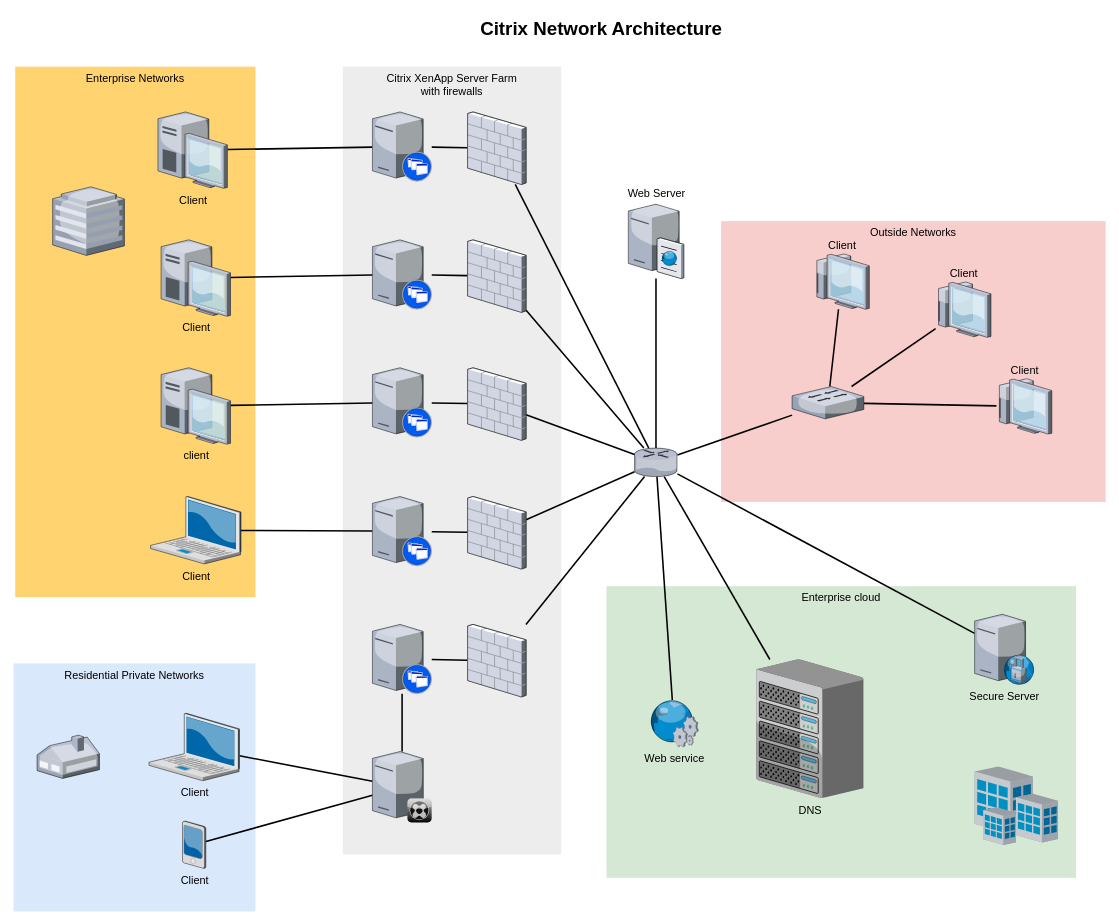
Minionguyjpro/HTVPN keeps this draw.io diagram as HTVPN.drawio. Above is the earlier version. Source tidied: cells renumbered, new cells numbered last; positions are measured from the earlier drawing's top-left corner, leaving out a move shared by most shapes. Both pictures are drawn from the tidied source at 78%, with x=0, y=0 at pixel (13, 13). Pictures stored in the file or linked from it are replaced by grey dashed boxes.
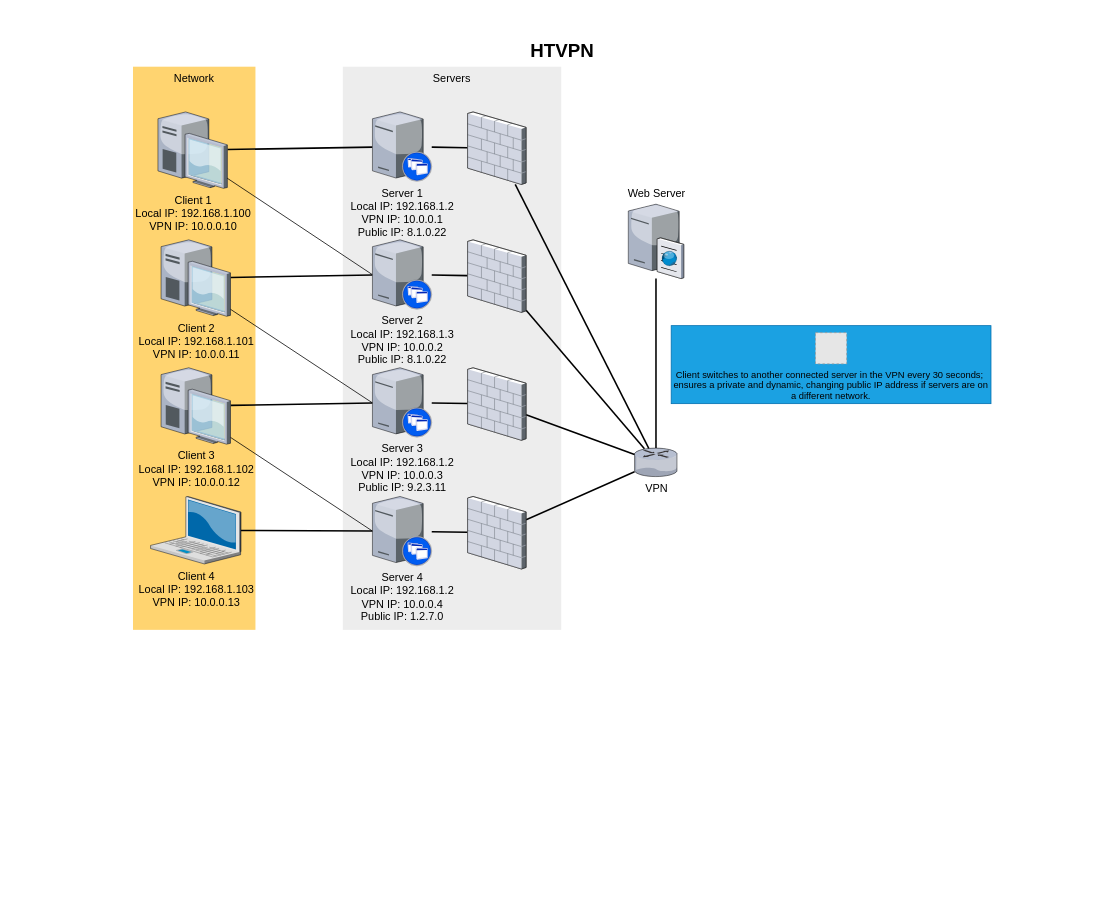
The same diagram, later.

Unchanged cells that the change refers to:
```xml
<mxCell id="39" style="verticalLabelPosition=bottom;html=1;verticalAlign=top;strokeColor=none;shape=mxgraph.citrix.firewall;fillColor=#66B2FF;gradientColor=#0066CC;fontSize=14;" parent="1" vertex="1">
  <mxGeometry x="582" y="126" width="75" height="93" as="geometry" />
</mxCell>
<mxCell id="41" style="verticalLabelPosition=bottom;html=1;verticalAlign=top;strokeColor=none;shape=mxgraph.citrix.firewall;fillColor=#66B2FF;gradientColor=#0066CC;fontSize=14;" parent="1" vertex="1">
  <mxGeometry x="582" y="290" width="75" height="93" as="geometry" />
</mxCell>
```

The edit, as a diff of the source:
```diff
@@
-    <mxCell id="2" value="Outside Networks" style="whiteSpace=wrap;html=1;fillColor=#f8cecc;fontSize=14;strokeColor=none;verticalAlign=top;" parent="1" vertex="1">
-      <mxGeometry x="907" y="266" width="493" height="360" as="geometry" />
-    </mxCell>
-    <mxCell id="3" value="Enterprise cloud" style="whiteSpace=wrap;html=1;fillColor=#d5e8d4;fontSize=14;strokeColor=none;verticalAlign=top;" parent="1" vertex="1">
-      <mxGeometry x="760" y="734" width="602" height="374" as="geometry" />
-    </mxCell>
+    <mxCell id="62" style="rounded=0;whiteSpace=wrap;html=1;fillColor=#1ba1e2;strokeColor=#006EAF;fontColor=#ffffff;" parent="1" vertex="1">
+      <mxGeometry x="843" y="400" width="410" height="100" as="geometry" />
+    </mxCell>
-    <mxCell id="4" value="Citrix XenApp Server Farm&lt;div&gt;with firewalls&lt;/div&gt;" style="whiteSpace=wrap;html=1;fillColor=#EDEDED;fontSize=14;strokeColor=none;verticalAlign=top;" parent="1" vertex="1">
-      <mxGeometry x="422" y="68" width="280" height="1010" as="geometry" />
+    <mxCell id="4" value="Servers" style="whiteSpace=wrap;html=1;fillColor=#EDEDED;fontSize=14;strokeColor=none;verticalAlign=top;" parent="1" vertex="1">
+      <mxGeometry x="422" y="68" width="280" height="722" as="geometry" />
     </mxCell>
-    <mxCell id="5" value="Residential Private Networks" style="whiteSpace=wrap;html=1;fillColor=#dae8fc;fontSize=14;strokeColor=none;verticalAlign=top;" parent="1" vertex="1">
-      <mxGeometry y="833" width="310" height="318" as="geometry" />
-    </mxCell>
-    <mxCell id="6" value="Enterprise Networks" style="whiteSpace=wrap;html=1;fillColor=#FFD470;gradientColor=none;fontSize=14;strokeColor=none;verticalAlign=top;" parent="1" vertex="1">
-      <mxGeometry x="2" y="68" width="308" height="680" as="geometry" />
+    <mxCell id="6" value="Network" style="whiteSpace=wrap;html=1;fillColor=#FFD470;gradientColor=none;fontSize=14;strokeColor=none;verticalAlign=top;" parent="1" vertex="1">
+      <mxGeometry x="153" y="68" width="157" height="722" as="geometry" />
     </mxCell>
-    <mxCell id="7" style="edgeStyle=none;rounded=0;html=1;startSize=10;endSize=10;jettySize=auto;fontSize=14;endArrow=none;endFill=0;strokeWidth=2;" parent="1" edge="1" source="8" target="35">
-      <mxGeometry relative="1" as="geometry" />
-    </mxCell>
-    <mxCell id="8" value="Client" style="verticalLabelPosition=bottom;html=1;verticalAlign=top;strokeColor=none;shape=mxgraph.citrix.laptop_2;fillColor=#66B2FF;gradientColor=#0066CC;fontSize=14;" parent="1" vertex="1">
-      <mxGeometry x="173.5" y="897" width="116" height="86.5" as="geometry" />
-    </mxCell>
@@
-    <mxCell id="10" value="Client" style="verticalLabelPosition=bottom;html=1;verticalAlign=top;strokeColor=none;shape=mxgraph.citrix.laptop_2;fillColor=#66B2FF;gradientColor=#0066CC;fontSize=14;" parent="1" vertex="1">
+    <mxCell id="10" value="Client 4&lt;br&gt;&lt;div&gt;Local IP: 192.168.1.103&lt;/div&gt;&lt;div&gt;VPN IP: 10.0.0.13&lt;br&gt;&lt;/div&gt;" style="verticalLabelPosition=bottom;html=1;verticalAlign=top;strokeColor=none;shape=mxgraph.citrix.laptop_2;fillColor=#66B2FF;gradientColor=#0066CC;fontSize=14;" parent="1" vertex="1">
       <mxGeometry x="175.5" y="619" width="116" height="86.5" as="geometry" />
     </mxCell>
@@
-    <mxCell id="12" value="client" style="verticalLabelPosition=bottom;html=1;verticalAlign=top;strokeColor=none;shape=mxgraph.citrix.desktop;fillColor=#66B2FF;gradientColor=#0066CC;fontSize=14;" parent="1" vertex="1">
+    <mxCell id="12" value="Client 3&lt;br&gt;&lt;div&gt;Local IP: 192.168.1.102&lt;/div&gt;&lt;div&gt;VPN IP: 10.0.0.12&lt;br&gt;&lt;/div&gt;" style="verticalLabelPosition=bottom;html=1;verticalAlign=top;strokeColor=none;shape=mxgraph.citrix.desktop;fillColor=#66B2FF;gradientColor=#0066CC;fontSize=14;" parent="1" vertex="1">
       <mxGeometry x="189" y="454" width="89" height="98" as="geometry" />
     </mxCell>
@@
-    <mxCell id="14" value="Client" style="verticalLabelPosition=bottom;html=1;verticalAlign=top;strokeColor=none;shape=mxgraph.citrix.desktop;fillColor=#66B2FF;gradientColor=#0066CC;fontSize=14;" parent="1" vertex="1">
+    <mxCell id="14" value="&lt;div&gt;Client 2&lt;/div&gt;&lt;div&gt;Local IP: 192.168.1.101&lt;br&gt;&lt;/div&gt;&lt;div&gt;VPN IP: 10.0.0.11&lt;br&gt;&lt;/div&gt;" style="verticalLabelPosition=bottom;html=1;verticalAlign=top;strokeColor=none;shape=mxgraph.citrix.desktop;fillColor=#66B2FF;gradientColor=#0066CC;fontSize=14;" parent="1" vertex="1">
       <mxGeometry x="189" y="290" width="89" height="98" as="geometry" />
     </mxCell>
@@
-    <mxCell id="16" value="Client" style="verticalLabelPosition=bottom;html=1;verticalAlign=top;strokeColor=none;shape=mxgraph.citrix.desktop;fillColor=#66B2FF;gradientColor=#0066CC;fontSize=14;" parent="1" vertex="1">
+    <mxCell id="16" value="&lt;div&gt;Client 1&lt;/div&gt;&lt;div&gt;Local IP: 192.168.1.100&lt;br&gt;&lt;/div&gt;&lt;div&gt;VPN IP: 10.0.0.10&lt;br&gt;&lt;/div&gt;" style="verticalLabelPosition=bottom;html=1;verticalAlign=top;strokeColor=none;shape=mxgraph.citrix.desktop;fillColor=#66B2FF;gradientColor=#0066CC;fontSize=14;" parent="1" vertex="1">
       <mxGeometry x="185" y="126" width="89" height="98" as="geometry" />
     </mxCell>
-    <mxCell id="17" style="edgeStyle=none;rounded=0;html=1;startSize=10;endSize=10;jettySize=auto;fontSize=14;endArrow=none;endFill=0;strokeWidth=2;" parent="1" edge="1" source="18" target="35">
-      <mxGeometry relative="1" as="geometry" />
-    </mxCell>
-    <mxCell id="18" value="Client" style="verticalLabelPosition=bottom;html=1;verticalAlign=top;strokeColor=none;shape=mxgraph.citrix.pda;fillColor=#66B2FF;gradientColor=#0066CC;fontSize=14;" parent="1" vertex="1">
-      <mxGeometry x="216.5" y="1035" width="30" height="61" as="geometry" />
-    </mxCell>
-    <mxCell id="19" style="edgeStyle=none;rounded=0;html=1;startSize=10;endSize=10;jettySize=auto;fontSize=14;endArrow=none;endFill=0;strokeWidth=2;" parent="1" edge="1" source="20" target="47">
-      <mxGeometry relative="1" as="geometry" />
-    </mxCell>
-    <mxCell id="20" style="verticalLabelPosition=bottom;html=1;verticalAlign=top;strokeColor=none;shape=mxgraph.citrix.xenapp_server;fillColor=#66B2FF;gradientColor=#0066CC;fontSize=14;" parent="1" vertex="1">
-      <mxGeometry x="460" y="783" width="76" height="89" as="geometry" />
-    </mxCell>
@@
-    <mxCell id="22" style="verticalLabelPosition=bottom;html=1;verticalAlign=top;strokeColor=none;shape=mxgraph.citrix.xenapp_server;fillColor=#66B2FF;gradientColor=#0066CC;fontSize=14;" parent="1" vertex="1">
+    <mxCell id="22" value="&lt;div&gt;Server 4&lt;br&gt;&lt;/div&gt;&lt;div&gt;Local IP: 192.168.1.2&lt;/div&gt;&lt;div&gt;VPN IP: 10.0.0.4&lt;/div&gt;&lt;div&gt;Public IP: 1.2.7.0&lt;br&gt;&lt;/div&gt;" style="verticalLabelPosition=bottom;html=1;verticalAlign=top;strokeColor=none;shape=mxgraph.citrix.xenapp_server;fillColor=#66B2FF;gradientColor=#0066CC;fontSize=14;" parent="1" vertex="1">
       <mxGeometry x="460" y="619" width="76" height="89" as="geometry" />
     </mxCell>
@@
-    <mxCell id="24" style="verticalLabelPosition=bottom;html=1;verticalAlign=top;strokeColor=none;shape=mxgraph.citrix.xenapp_server;fillColor=#66B2FF;gradientColor=#0066CC;fontSize=14;" parent="1" vertex="1">
+    <mxCell id="24" value="&lt;div&gt;Server 3&lt;br&gt;&lt;/div&gt;&lt;div&gt;Local IP: 192.168.1.2&lt;/div&gt;&lt;div&gt;VPN IP: 10.0.0.3&lt;/div&gt;&lt;div&gt;Public IP: 9.2.3.11&lt;br&gt;&lt;/div&gt;" style="verticalLabelPosition=bottom;html=1;verticalAlign=top;strokeColor=none;shape=mxgraph.citrix.xenapp_server;fillColor=#66B2FF;gradientColor=#0066CC;fontSize=14;" parent="1" vertex="1">
       <mxGeometry x="460" y="454" width="76" height="89" as="geometry" />
     </mxCell>
@@
-    <mxCell id="26" style="verticalLabelPosition=bottom;html=1;verticalAlign=top;strokeColor=none;shape=mxgraph.citrix.xenapp_server;fillColor=#66B2FF;gradientColor=#0066CC;fontSize=14;" parent="1" vertex="1">
+    <mxCell id="26" value="&lt;div&gt;Server 2&lt;br&gt;&lt;/div&gt;&lt;div&gt;Local IP: 192.168.1.3&lt;/div&gt;&lt;div&gt;VPN IP: 10.0.0.2&lt;/div&gt;&lt;div&gt;Public IP: 8.1.0.22&lt;br&gt;&lt;/div&gt;" style="verticalLabelPosition=bottom;html=1;verticalAlign=top;strokeColor=none;shape=mxgraph.citrix.xenapp_server;fillColor=#66B2FF;gradientColor=#0066CC;fontSize=14;" parent="1" vertex="1">
       <mxGeometry x="460" y="290" width="76" height="89" as="geometry" />
     </mxCell>
@@
-    <mxCell id="28" style="verticalLabelPosition=bottom;html=1;verticalAlign=top;strokeColor=none;shape=mxgraph.citrix.xenapp_server;fillColor=#66B2FF;gradientColor=#0066CC;fontSize=14;" parent="1" vertex="1">
+    <mxCell id="28" value="&lt;div&gt;Server 1&lt;/div&gt;&lt;div&gt;Local IP: 192.168.1.2&lt;/div&gt;&lt;div&gt;VPN IP: 10.0.0.1&lt;/div&gt;&lt;div&gt;Public IP: 8.1.0.22&lt;br&gt;&lt;/div&gt;" style="verticalLabelPosition=bottom;html=1;verticalAlign=top;strokeColor=none;shape=mxgraph.citrix.xenapp_server;fillColor=#66B2FF;gradientColor=#0066CC;fontSize=14;" parent="1" vertex="1">
       <mxGeometry x="460" y="126" width="76" height="89" as="geometry" />
     </mxCell>
-    <mxCell id="29" style="edgeStyle=none;rounded=0;html=1;startSize=10;endSize=10;jettySize=auto;fontSize=14;endArrow=none;endFill=0;strokeWidth=2;" parent="1" edge="1" source="33" target="37">
-      <mxGeometry relative="1" as="geometry" />
-    </mxCell>
@@
-    <mxCell id="31" style="edgeStyle=none;rounded=0;html=1;startSize=10;endSize=10;jettySize=auto;fontSize=14;endArrow=none;endFill=0;strokeWidth=2;" parent="1" edge="1" source="33" target="54">
-      <mxGeometry relative="1" as="geometry" />
-    </mxCell>
-    <mxCell id="32" style="edgeStyle=none;rounded=0;html=1;startSize=10;endSize=10;jettySize=auto;fontSize=14;endArrow=none;endFill=0;strokeWidth=2;" parent="1" edge="1" source="33" target="50">
-      <mxGeometry relative="1" as="geometry" />
-    </mxCell>
-    <mxCell id="33" style="verticalLabelPosition=bottom;html=1;verticalAlign=top;strokeColor=none;shape=mxgraph.citrix.router;fillColor=#66B2FF;gradientColor=#0066CC;fontSize=14;" parent="1" vertex="1">
+    <mxCell id="33" value="VPN" style="verticalLabelPosition=bottom;html=1;verticalAlign=top;strokeColor=none;shape=mxgraph.citrix.router;fillColor=#66B2FF;gradientColor=#0066CC;fontSize=14;" parent="1" vertex="1">
       <mxGeometry x="796" y="557" width="55" height="36.5" as="geometry" />
     </mxCell>
-    <mxCell id="34" style="edgeStyle=none;rounded=0;html=1;startSize=10;endSize=10;jettySize=auto;fontSize=14;endArrow=none;endFill=0;strokeWidth=2;" parent="1" edge="1" source="35" target="20">
-      <mxGeometry relative="1" as="geometry" />
-    </mxCell>
-    <mxCell id="35" style="verticalLabelPosition=bottom;html=1;verticalAlign=top;strokeColor=none;shape=mxgraph.citrix.xenclient_synchronizer;fillColor=#CCCCCC;gradientColor=#000000;gradientDirection=south;fontSize=14;" parent="1" vertex="1">
-      <mxGeometry x="460" y="946" width="76" height="91" as="geometry" />
-    </mxCell>
@@
-    <mxCell id="37" value="DNS" style="verticalLabelPosition=bottom;html=1;verticalAlign=top;strokeColor=none;shape=mxgraph.citrix.chassis;fillColor=#66B2FF;gradientColor=#0066CC;fontSize=14;" parent="1" vertex="1">
-      <mxGeometry x="952" y="828" width="137.5" height="177.5" as="geometry" />
-    </mxCell>
-    <mxCell id="38" style="edgeStyle=none;rounded=0;html=1;startSize=10;endSize=10;jettySize=auto;fontSize=14;endArrow=none;endFill=0;strokeWidth=2;" parent="1" edge="1" source="39" target="33">
+    <mxCell id="38" style="edgeStyle=none;rounded=0;html=1;startSize=10;endSize=10;jettySize=auto;fontSize=14;endArrow=none;endFill=0;strokeWidth=2;entryX=0.332;entryY=0.007;entryDx=0;entryDy=0;entryPerimeter=0;" parent="1" edge="1" source="39" target="33">
       <mxGeometry relative="1" as="geometry" />
     </mxCell>
@@
-    <mxCell id="40" style="edgeStyle=none;rounded=0;html=1;startSize=10;endSize=10;jettySize=auto;fontSize=14;endArrow=none;endFill=0;strokeWidth=2;" parent="1" edge="1" source="41" target="33">
+    <mxCell id="40" style="edgeStyle=none;rounded=0;html=1;startSize=10;endSize=10;jettySize=auto;fontSize=14;endArrow=none;endFill=0;strokeWidth=2;entryX=0.231;entryY=0.025;entryDx=0;entryDy=0;entryPerimeter=0;" parent="1" edge="1" source="41" target="33">
       <mxGeometry relative="1" as="geometry" />
     </mxCell>
@@
-    <mxCell id="46" style="edgeStyle=none;rounded=0;html=1;startSize=10;endSize=10;jettySize=auto;fontSize=14;endArrow=none;endFill=0;strokeWidth=2;" parent="1" edge="1" source="47" target="33">
-      <mxGeometry relative="1" as="geometry" />
-    </mxCell>
-    <mxCell id="47" style="verticalLabelPosition=bottom;html=1;verticalAlign=top;strokeColor=none;shape=mxgraph.citrix.firewall;fillColor=#66B2FF;gradientColor=#0066CC;fontSize=14;" parent="1" vertex="1">
-      <mxGeometry x="582" y="783" width="75" height="93" as="geometry" />
-    </mxCell>
-    <mxCell id="48" style="verticalLabelPosition=bottom;html=1;verticalAlign=top;strokeColor=none;shape=mxgraph.citrix.home_office;fillColor=#66B2FF;gradientColor=#0066CC;fontSize=14;" parent="1" vertex="1">
-      <mxGeometry x="30" y="925" width="80" height="55.5" as="geometry" />
-    </mxCell>
-    <mxCell id="49" style="verticalLabelPosition=bottom;html=1;verticalAlign=top;strokeColor=none;shape=mxgraph.citrix.hq_enterprise;fillColor=#66B2FF;gradientColor=#0066CC;fontSize=14;" parent="1" vertex="1">
-      <mxGeometry x="50" y="222" width="92" height="88" as="geometry" />
-    </mxCell>
-    <mxCell id="50" value="Secure Server" style="verticalLabelPosition=bottom;html=1;verticalAlign=top;strokeColor=none;shape=mxgraph.citrix.proxy_server;fillColor=#66B2FF;gradientColor=#0066CC;fontSize=14;" parent="1" vertex="1">
-      <mxGeometry x="1232" y="770" width="76.5" height="90" as="geometry" />
-    </mxCell>
-    <mxCell id="51" style="edgeStyle=none;rounded=0;html=1;startSize=10;endSize=10;jettySize=auto;fontSize=14;endArrow=none;endFill=0;strokeWidth=2;" parent="1" edge="1" source="54" target="57">
-      <mxGeometry relative="1" as="geometry" />
-    </mxCell>
-    <mxCell id="52" style="edgeStyle=none;rounded=0;html=1;startSize=10;endSize=10;jettySize=auto;fontSize=14;endArrow=none;endFill=0;strokeWidth=2;" parent="1" edge="1" source="54" target="56">
-      <mxGeometry relative="1" as="geometry" />
-    </mxCell>
-    <mxCell id="53" style="edgeStyle=none;rounded=0;html=1;startSize=10;endSize=10;jettySize=auto;fontSize=14;endArrow=none;endFill=0;strokeWidth=2;" parent="1" edge="1" source="54" target="55">
-      <mxGeometry relative="1" as="geometry" />
-    </mxCell>
-    <mxCell id="54" style="verticalLabelPosition=bottom;html=1;verticalAlign=top;strokeColor=none;shape=mxgraph.citrix.switch;fillColor=#66B2FF;gradientColor=#0066CC;fontSize=14;" parent="1" vertex="1">
-      <mxGeometry x="998" y="478" width="92" height="41.5" as="geometry" />
-    </mxCell>
-    <mxCell id="55" value="Client" style="verticalLabelPosition=top;html=1;verticalAlign=bottom;strokeColor=none;shape=mxgraph.citrix.thin_client;fillColor=#66B2FF;gradientColor=#0066CC;fontSize=14;labelPosition=center;align=center;" parent="1" vertex="1">
-      <mxGeometry x="1260" y="468" width="71" height="71" as="geometry" />
-    </mxCell>
-    <mxCell id="56" value="Client" style="verticalLabelPosition=top;html=1;verticalAlign=bottom;strokeColor=none;shape=mxgraph.citrix.thin_client;fillColor=#66B2FF;gradientColor=#0066CC;fontSize=14;labelPosition=center;align=center;" parent="1" vertex="1">
-      <mxGeometry x="1182" y="344" width="71" height="71" as="geometry" />
-    </mxCell>
-    <mxCell id="57" value="Client" style="verticalLabelPosition=top;html=1;verticalAlign=bottom;strokeColor=none;shape=mxgraph.citrix.thin_client;fillColor=#66B2FF;gradientColor=#0066CC;fontSize=14;labelPosition=center;align=center;" parent="1" vertex="1">
-      <mxGeometry x="1026" y="308" width="71" height="71" as="geometry" />
-    </mxCell>
-    <mxCell id="58" style="edgeStyle=none;rounded=0;html=1;startSize=10;endSize=10;jettySize=auto;fontSize=14;endArrow=none;endFill=0;strokeWidth=2;" parent="1" edge="1" source="59" target="33">
-      <mxGeometry relative="1" as="geometry" />
-    </mxCell>
-    <mxCell id="59" value="Web service" style="verticalLabelPosition=bottom;html=1;verticalAlign=top;strokeColor=none;shape=mxgraph.citrix.web_service;fillColor=#66B2FF;gradientColor=#0066CC;fontSize=14;" parent="1" vertex="1">
-      <mxGeometry x="815" y="880" width="63" height="60" as="geometry" />
-    </mxCell>
-    <mxCell id="60" style="verticalLabelPosition=bottom;html=1;verticalAlign=top;strokeColor=none;shape=mxgraph.citrix.site;fillColor=#66B2FF;gradientColor=#0066CC;fontSize=14;" parent="1" vertex="1">
-      <mxGeometry x="1232" y="965" width="107" height="101" as="geometry" />
-    </mxCell>
-    <mxCell id="61" value="Citrix Network Architecture" style="text;strokeColor=none;fillColor=none;html=1;fontSize=24;fontStyle=1;verticalAlign=middle;align=center;" parent="1" vertex="1">
-      <mxGeometry x="322" width="861" height="40" as="geometry" />
+    <mxCell id="61" value="HTVPN" style="text;strokeColor=none;fillColor=none;html=1;fontSize=24;fontStyle=1;verticalAlign=middle;align=center;" parent="1" vertex="1">
+      <mxGeometry x="153" y="28" width="1100" height="40" as="geometry" />
     </mxCell>
+    <mxCell id="63" value="Client switches to another connected server in the VPN every 30 seconds; &#10;ensures a private and dynamic, changing public IP address if servers are on&#10;a different network." style="fillColor=#E6E6E6;strokeColor=#999999;dashed=1;verticalLabelPosition=bottom;verticalAlign=top;" parent="1" vertex="1">
+      <mxGeometry x="1028" y="409" width="40" height="40" as="geometry" />
+    </mxCell>
+    <mxCell id="64" style="endArrow=none;html=1;rounded=0;entryX=-0.005;entryY=0.499;entryDx=0;entryDy=0;entryPerimeter=0;exitX=0.998;exitY=0.867;exitDx=0;exitDy=0;exitPerimeter=0;" parent="1" edge="1" source="16" target="26">
+      <mxGeometry relative="1" as="geometry" />
+    </mxCell>
+    <mxCell id="65" style="endArrow=none;html=1;rounded=0;entryX=0;entryY=0.506;entryDx=0;entryDy=0;entryPerimeter=0;exitX=0.998;exitY=0.867;exitDx=0;exitDy=0;exitPerimeter=0;" parent="1" edge="1" target="24">
+      <mxGeometry relative="1" as="geometry">
+        <mxPoint x="278" y="379" as="sourcePoint" />
+      </mxGeometry>
+    </mxCell>
+    <mxCell id="66" style="endArrow=none;html=1;rounded=0;entryX=0.001;entryY=0.499;entryDx=0;entryDy=0;entryPerimeter=0;exitX=1.001;exitY=0.911;exitDx=0;exitDy=0;exitPerimeter=0;" parent="1" edge="1" source="12" target="22">
+      <mxGeometry relative="1" as="geometry" />
+    </mxCell>
```
